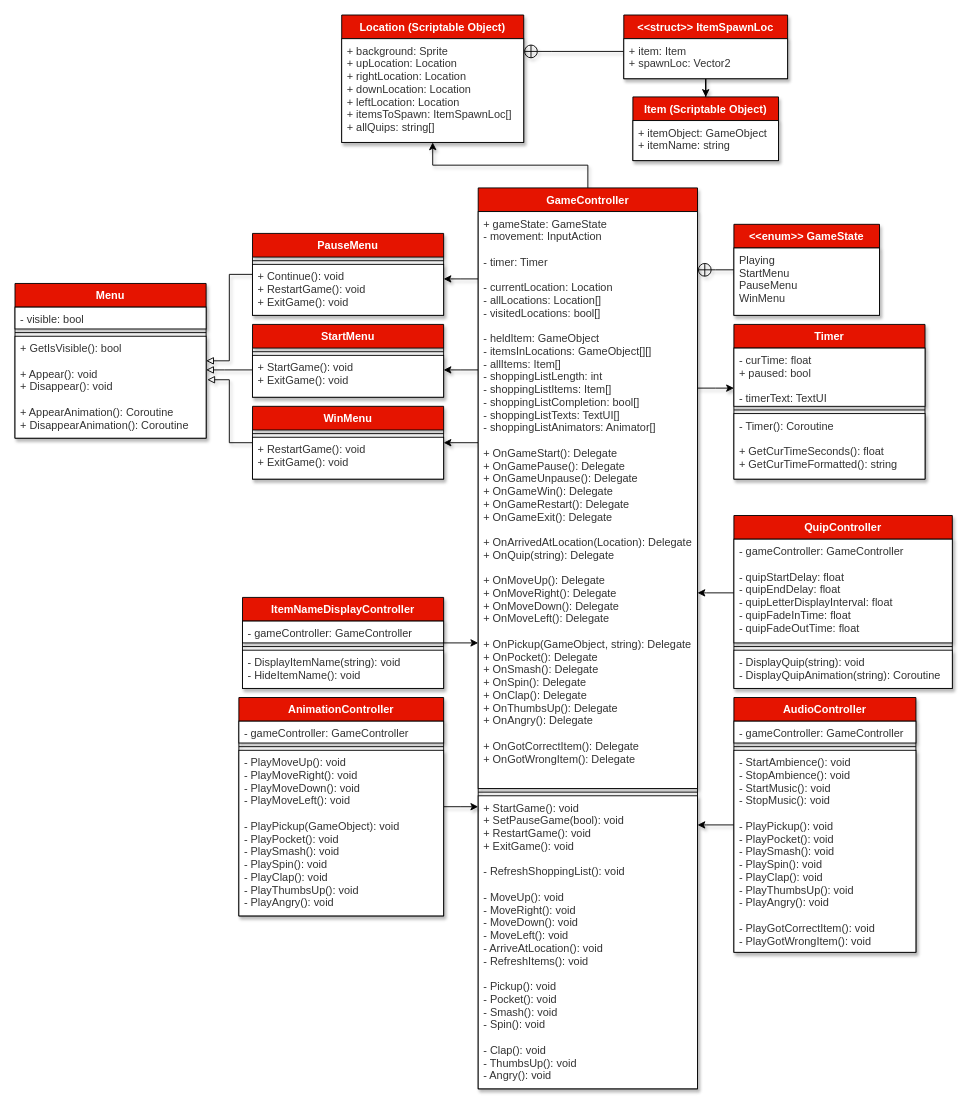
Above: Trapped in Costco UML.drawio in BagelMaster5000/Trapped-In-Costco (draw.io), before the change. Source tidied: cells renumbered, new cells numbered last; positions are measured from the earlier drawing's top-left corner, leaving out a move shared by most shapes. Both pictures are drawn from the tidied source at 91%, with x=0, y=0 at pixel (15, 15).
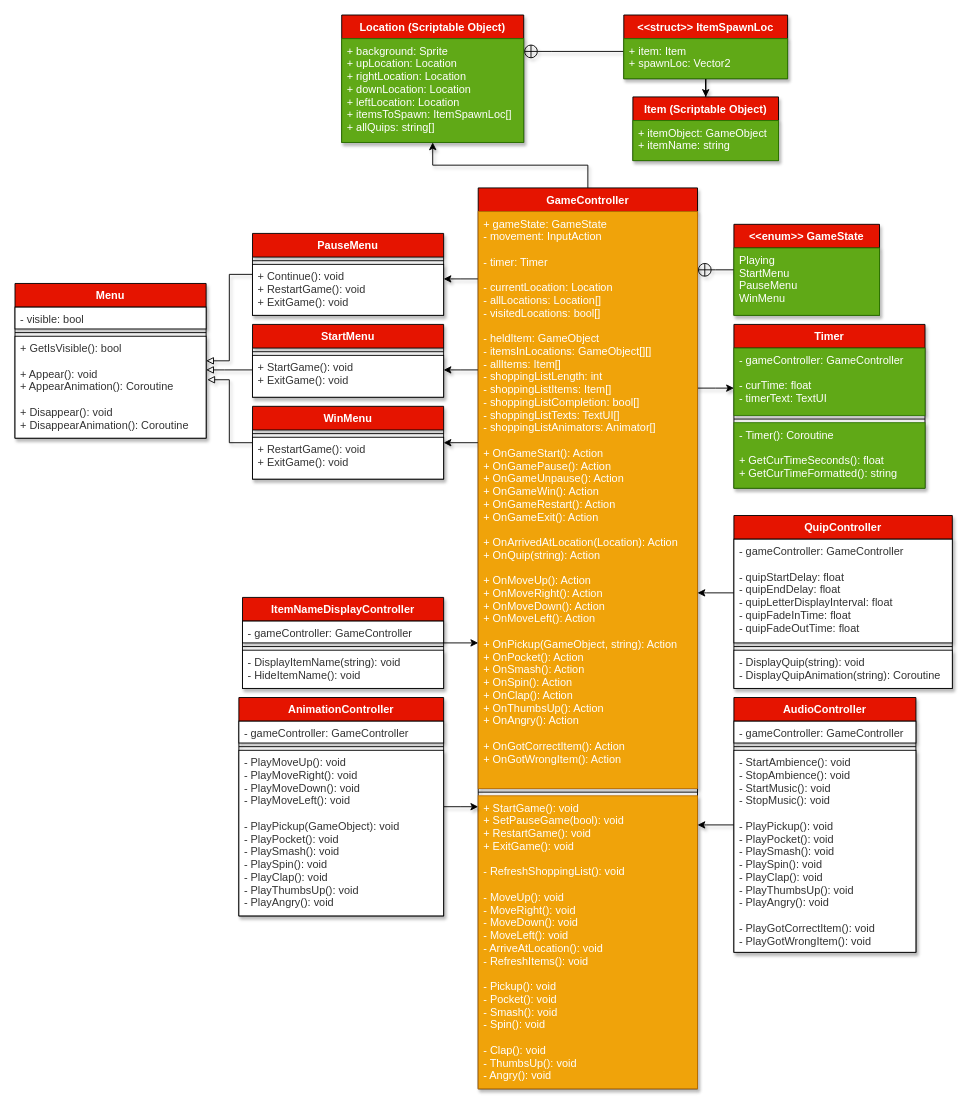
After the change.

Commit message (it also covers changes not shown here):
Updated UML diagram

The change refers to these unchanged cells:
```xml
<mxCell id="2" value="Item (Scriptable Object)" style="swimlane;fontStyle=1;align=center;verticalAlign=top;horizontal=1;startSize=26;fillColor=#e51400;labelBackgroundColor=none;labelBorderColor=none;shadow=1;fontColor=#ffffff;" parent="1" vertex="1">
  <mxGeometry x="679" y="90" width="160" height="70" as="geometry" />
</mxCell>
<mxCell id="10" value="GameController" style="swimlane;fontStyle=1;align=center;verticalAlign=top;horizontal=1;startSize=26;fillColor=#e51400;labelBackgroundColor=none;labelBorderColor=none;shadow=1;fontColor=#ffffff;" parent="1" vertex="1">
  <mxGeometry x="509" y="190" width="241" height="990" as="geometry" />
</mxCell>
<mxCell id="19" value="Location (Scriptable Object)" style="swimlane;fontStyle=1;align=center;verticalAlign=top;horizontal=1;startSize=26;fillColor=#e51400;labelBackgroundColor=none;labelBorderColor=none;shadow=1;fontColor=#ffffff;" parent="1" vertex="1">
  <mxGeometry x="359" width="200" height="140" as="geometry" />
</mxCell>
<mxCell id="44" value="&lt;&lt;struct&gt;&gt; ItemSpawnLoc" style="swimlane;fontStyle=1;align=center;verticalAlign=top;horizontal=1;startSize=26;fillColor=#e51400;labelBackgroundColor=none;labelBorderColor=none;shadow=1;fontColor=#ffffff;" parent="1" vertex="1">
  <mxGeometry x="669" width="180" height="70" as="geometry" />
</mxCell>
<mxCell id="46" value="&lt;&lt;enum&gt;&gt; GameState" style="swimlane;fontStyle=1;align=center;verticalAlign=top;horizontal=1;startSize=26;fillColor=#e51400;labelBackgroundColor=none;labelBorderColor=none;shadow=1;fontColor=#ffffff;" parent="1" vertex="1">
  <mxGeometry x="790" y="230" width="160" height="100" as="geometry" />
</mxCell>
<mxCell id="53" value="Menu" style="swimlane;fontStyle=1;align=center;verticalAlign=top;horizontal=1;startSize=26;fillColor=#e51400;labelBackgroundColor=none;labelBorderColor=none;shadow=1;fontColor=#ffffff;" parent="1" vertex="1">
  <mxGeometry y="295" width="210" height="170" as="geometry" />
</mxCell>
```

Change to the diagram source:
```diff
@@
-    <mxCell id="3" value="+ itemObject: GameObject&#10;+ itemName: string" style="text;align=left;verticalAlign=top;spacingLeft=4;spacingRight=4;overflow=hidden;fillColor=#FFFFFF;labelBackgroundColor=none;labelBorderColor=none;fontColor=#333333;shadow=1;strokeColor=#000000;" parent="2" vertex="1">
+    <mxCell id="3" value="+ itemObject: GameObject&#10;+ itemName: string" style="text;align=left;verticalAlign=top;spacingLeft=4;spacingRight=4;overflow=hidden;fillColor=#60a917;labelBackgroundColor=none;labelBorderColor=none;fontColor=#ffffff;shadow=1;strokeColor=#2D7600;" parent="2" vertex="1">
       <mxGeometry y="26" width="160" height="44" as="geometry" />
     </mxCell>
@@
-    <mxCell id="11" value="+ gameState: GameState&#10;- movement: InputAction&#10;&#10;- timer: Timer&#10;&#10;- currentLocation: Location&#10;- allLocations: Location[]&#10;- visitedLocations: bool[]&#10;&#10;- heldItem: GameObject&#10;- itemsInLocations: GameObject[][]&#10;- allItems: Item[]&#10;- shoppingListLength: int&#10;- shoppingListItems: Item[]&#10;- shoppingListCompletion: bool[]&#10;- shoppingListTexts: TextUI[]&#10;- shoppingListAnimators: Animator[]&#10;&#10;+ OnGameStart(): Delegate&#10;+ OnGamePause(): Delegate&#10;+ OnGameUnpause(): Delegate&#10;+ OnGameWin(): Delegate&#10;+ OnGameRestart(): Delegate&#10;+ OnGameExit(): Delegate&#10;&#10;+ OnArrivedAtLocation(Location): Delegate&#10;+ OnQuip(string): Delegate&#10;&#10;+ OnMoveUp(): Delegate&#10;+ OnMoveRight(): Delegate&#10;+ OnMoveDown(): Delegate&#10;+ OnMoveLeft(): Delegate&#10;&#10;+ OnPickup(GameObject, string): Delegate&#10;+ OnPocket(): Delegate&#10;+ OnSmash(): Delegate&#10;+ OnSpin(): Delegate&#10;+ OnClap(): Delegate&#10;+ OnThumbsUp(): Delegate&#10;+ OnAngry(): Delegate&#10;&#10;+ OnGotCorrectItem(): Delegate&#10;+ OnGotWrongItem(): Delegate&#10;" style="text;align=left;verticalAlign=top;spacingLeft=4;spacingRight=4;overflow=hidden;fillColor=#FFFFFF;labelBackgroundColor=none;labelBorderColor=none;fontColor=#333333;shadow=1;strokeColor=#000000;" parent="10" vertex="1">
+    <mxCell id="11" value="+ gameState: GameState&#10;- movement: InputAction&#10;&#10;- timer: Timer&#10;&#10;- currentLocation: Location&#10;- allLocations: Location[]&#10;- visitedLocations: bool[]&#10;&#10;- heldItem: GameObject&#10;- itemsInLocations: GameObject[][]&#10;- allItems: Item[]&#10;- shoppingListLength: int&#10;- shoppingListItems: Item[]&#10;- shoppingListCompletion: bool[]&#10;- shoppingListTexts: TextUI[]&#10;- shoppingListAnimators: Animator[]&#10;&#10;+ OnGameStart(): Action&#10;+ OnGamePause(): Action&#10;+ OnGameUnpause(): Action&#10;+ OnGameWin(): Action&#10;+ OnGameRestart(): Action&#10;+ OnGameExit(): Action&#10;&#10;+ OnArrivedAtLocation(Location): Action&#10;+ OnQuip(string): Action&#10;&#10;+ OnMoveUp(): Action&#10;+ OnMoveRight(): Action&#10;+ OnMoveDown(): Action&#10;+ OnMoveLeft(): Action&#10;&#10;+ OnPickup(GameObject, string): Action&#10;+ OnPocket(): Action&#10;+ OnSmash(): Action&#10;+ OnSpin(): Action&#10;+ OnClap(): Action&#10;+ OnThumbsUp(): Action&#10;+ OnAngry(): Action&#10;&#10;+ OnGotCorrectItem(): Action&#10;+ OnGotWrongItem(): Action&#10;" style="text;align=left;verticalAlign=top;spacingLeft=4;spacingRight=4;overflow=hidden;fillColor=#f0a30a;labelBackgroundColor=none;labelBorderColor=none;shadow=1;strokeColor=#BD7000;fontColor=#ffffff;" parent="10" vertex="1">
       <mxGeometry y="26" width="241" height="634" as="geometry" />
     </mxCell>
@@
-    <mxCell id="13" value="+ StartGame(): void&#10;+ SetPauseGame(bool): void&#10;+ RestartGame(): void&#10;+ ExitGame(): void&#10;&#10;- RefreshShoppingList(): void&#10;&#10;- MoveUp(): void&#10;- MoveRight(): void&#10;- MoveDown(): void&#10;- MoveLeft(): void&#10;- ArriveAtLocation(): void&#10;- RefreshItems(): void&#10;&#10;- Pickup(): void&#10;- Pocket(): void&#10;- Smash(): void&#10;- Spin(): void&#10;&#10;- Clap(): void&#10;- ThumbsUp(): void&#10;- Angry(): void" style="text;align=left;verticalAlign=top;spacingLeft=4;spacingRight=4;overflow=hidden;fillColor=#FFFFFF;labelBackgroundColor=none;labelBorderColor=none;fontColor=#333333;shadow=1;strokeColor=#000000;" parent="10" vertex="1">
+    <mxCell id="13" value="+ StartGame(): void&#10;+ SetPauseGame(bool): void&#10;+ RestartGame(): void&#10;+ ExitGame(): void&#10;&#10;- RefreshShoppingList(): void&#10;&#10;- MoveUp(): void&#10;- MoveRight(): void&#10;- MoveDown(): void&#10;- MoveLeft(): void&#10;- ArriveAtLocation(): void&#10;- RefreshItems(): void&#10;&#10;- Pickup(): void&#10;- Pocket(): void&#10;- Smash(): void&#10;- Spin(): void&#10;&#10;- Clap(): void&#10;- ThumbsUp(): void&#10;- Angry(): void" style="text;align=left;verticalAlign=top;spacingLeft=4;spacingRight=4;overflow=hidden;fillColor=#f0a30a;labelBackgroundColor=none;labelBorderColor=none;shadow=1;strokeColor=#BD7000;fontColor=#ffffff;" parent="10" vertex="1">
       <mxGeometry y="668" width="241" height="322" as="geometry" />
     </mxCell>
     <mxCell id="14" value="Timer" style="swimlane;fontStyle=1;align=center;verticalAlign=top;horizontal=1;startSize=26;fillColor=#e51400;labelBackgroundColor=none;labelBorderColor=none;shadow=1;fontColor=#ffffff;" parent="1" vertex="1">
-      <mxGeometry x="790" y="340" width="210" height="170" as="geometry" />
+      <mxGeometry x="790" y="340" width="210" height="180" as="geometry" />
     </mxCell>
-    <mxCell id="15" value="- curTime: float&#10;+ paused: bool&#10;&#10;- timerText: TextUI" style="text;align=left;verticalAlign=top;spacingLeft=4;spacingRight=4;overflow=hidden;fillColor=#FFFFFF;labelBackgroundColor=none;labelBorderColor=none;fontColor=#333333;shadow=1;strokeColor=#000000;" parent="14" vertex="1">
-      <mxGeometry y="26" width="210" height="64" as="geometry" />
+    <mxCell id="15" value="- gameController: GameController&#10;&#10;- curTime: float&#10;- timerText: TextUI" style="text;align=left;verticalAlign=top;spacingLeft=4;spacingRight=4;overflow=hidden;fillColor=#60a917;labelBackgroundColor=none;labelBorderColor=none;shadow=1;strokeColor=#2D7600;fontColor=#ffffff;" parent="14" vertex="1">
+      <mxGeometry y="26" width="210" height="74" as="geometry" />
     </mxCell>
     <mxCell id="16" style="line;strokeWidth=1;align=left;verticalAlign=middle;spacingTop=-1;spacingLeft=3;spacingRight=3;labelPosition=right;fillColor=#FFFFFF;labelBackgroundColor=none;labelBorderColor=none;fontColor=#333333;shadow=1;" parent="14" vertex="1">
-      <mxGeometry y="90" width="210" height="8" as="geometry" />
+      <mxGeometry y="100" width="210" height="8" as="geometry" />
     </mxCell>
-    <mxCell id="17" value="- Timer(): Coroutine&#10;&#10;+ GetCurTimeSeconds(): float&#10;+ GetCurTimeFormatted(): string" style="text;align=left;verticalAlign=top;spacingLeft=4;spacingRight=4;overflow=hidden;fillColor=#FFFFFF;labelBackgroundColor=none;labelBorderColor=none;fontColor=#333333;shadow=1;strokeColor=#000000;" parent="14" vertex="1">
-      <mxGeometry y="98" width="210" height="72" as="geometry" />
+    <mxCell id="17" value="- Timer(): Coroutine&#10;&#10;+ GetCurTimeSeconds(): float&#10;+ GetCurTimeFormatted(): string" style="text;align=left;verticalAlign=top;spacingLeft=4;spacingRight=4;overflow=hidden;fillColor=#60a917;labelBackgroundColor=none;labelBorderColor=none;shadow=1;strokeColor=#2D7600;fontColor=#ffffff;" parent="14" vertex="1">
+      <mxGeometry y="108" width="210" height="72" as="geometry" />
     </mxCell>
@@
-    <mxCell id="20" value="+ background: Sprite&#10;+ upLocation: Location&#10;+ rightLocation: Location&#10;+ downLocation: Location&#10;+ leftLocation: Location&#10;+ itemsToSpawn: ItemSpawnLoc[]&#10;+ allQuips: string[]" style="text;align=left;verticalAlign=top;spacingLeft=4;spacingRight=4;overflow=hidden;fillColor=#FFFFFF;labelBackgroundColor=none;labelBorderColor=none;fontColor=#333333;shadow=1;strokeColor=#000000;" parent="19" vertex="1">
+    <mxCell id="20" value="+ background: Sprite&#10;+ upLocation: Location&#10;+ rightLocation: Location&#10;+ downLocation: Location&#10;+ leftLocation: Location&#10;+ itemsToSpawn: ItemSpawnLoc[]&#10;+ allQuips: string[]" style="text;align=left;verticalAlign=top;spacingLeft=4;spacingRight=4;overflow=hidden;fillColor=#60a917;labelBackgroundColor=none;labelBorderColor=none;fontColor=#ffffff;shadow=1;strokeColor=#2D7600;" parent="19" vertex="1">
       <mxGeometry y="26" width="200" height="114" as="geometry" />
     </mxCell>
@@
-    <mxCell id="45" value="+ item: Item&#10;+ spawnLoc: Vector2" style="text;align=left;verticalAlign=top;spacingLeft=4;spacingRight=4;overflow=hidden;fillColor=#FFFFFF;labelBackgroundColor=none;labelBorderColor=none;fontColor=#333333;shadow=1;strokeColor=#000000;" parent="44" vertex="1">
+    <mxCell id="45" value="+ item: Item&#10;+ spawnLoc: Vector2" style="text;align=left;verticalAlign=top;spacingLeft=4;spacingRight=4;overflow=hidden;fillColor=#60a917;labelBackgroundColor=none;labelBorderColor=none;fontColor=#ffffff;shadow=1;strokeColor=#2D7600;" parent="44" vertex="1">
       <mxGeometry y="26" width="180" height="44" as="geometry" />
     </mxCell>
@@
-    <mxCell id="47" value="Playing&#10;StartMenu&#10;PauseMenu&#10;WinMenu" style="text;align=left;verticalAlign=top;spacingLeft=4;spacingRight=4;overflow=hidden;fillColor=#FFFFFF;labelBackgroundColor=none;labelBorderColor=none;fontColor=#333333;shadow=1;strokeColor=#000000;" parent="46" vertex="1">
+    <mxCell id="47" value="Playing&#10;StartMenu&#10;PauseMenu&#10;WinMenu" style="text;align=left;verticalAlign=top;spacingLeft=4;spacingRight=4;overflow=hidden;fillColor=#60a917;labelBackgroundColor=none;labelBorderColor=none;fontColor=#ffffff;shadow=1;strokeColor=#2D7600;" parent="46" vertex="1">
       <mxGeometry y="26" width="160" height="74" as="geometry" />
     </mxCell>
@@
-    <mxCell id="56" value="+ GetIsVisible(): bool&#10;&#10;+ Appear(): void&#10;+ Disappear(): void&#10;&#10;+ AppearAnimation(): Coroutine&#10;+ DisappearAnimation(): Coroutine" style="text;align=left;verticalAlign=top;spacingLeft=4;spacingRight=4;overflow=hidden;points=[[0,0.5],[1,0.5]];portConstraint=eastwest;fillColor=#FFFFFF;labelBackgroundColor=none;labelBorderColor=none;fontColor=#333333;shadow=1;strokeColor=#000000;" parent="53" vertex="1">
+    <mxCell id="56" value="+ GetIsVisible(): bool&#10;&#10;+ Appear(): void&#10;+ AppearAnimation(): Coroutine&#10;&#10;+ Disappear(): void&#10;+ DisappearAnimation(): Coroutine" style="text;align=left;verticalAlign=top;spacingLeft=4;spacingRight=4;overflow=hidden;points=[[0,0.5],[1,0.5]];portConstraint=eastwest;fillColor=#FFFFFF;labelBackgroundColor=none;labelBorderColor=none;fontColor=#333333;shadow=1;strokeColor=#000000;" parent="53" vertex="1">
       <mxGeometry y="58" width="210" height="112" as="geometry" />
     </mxCell>
```
